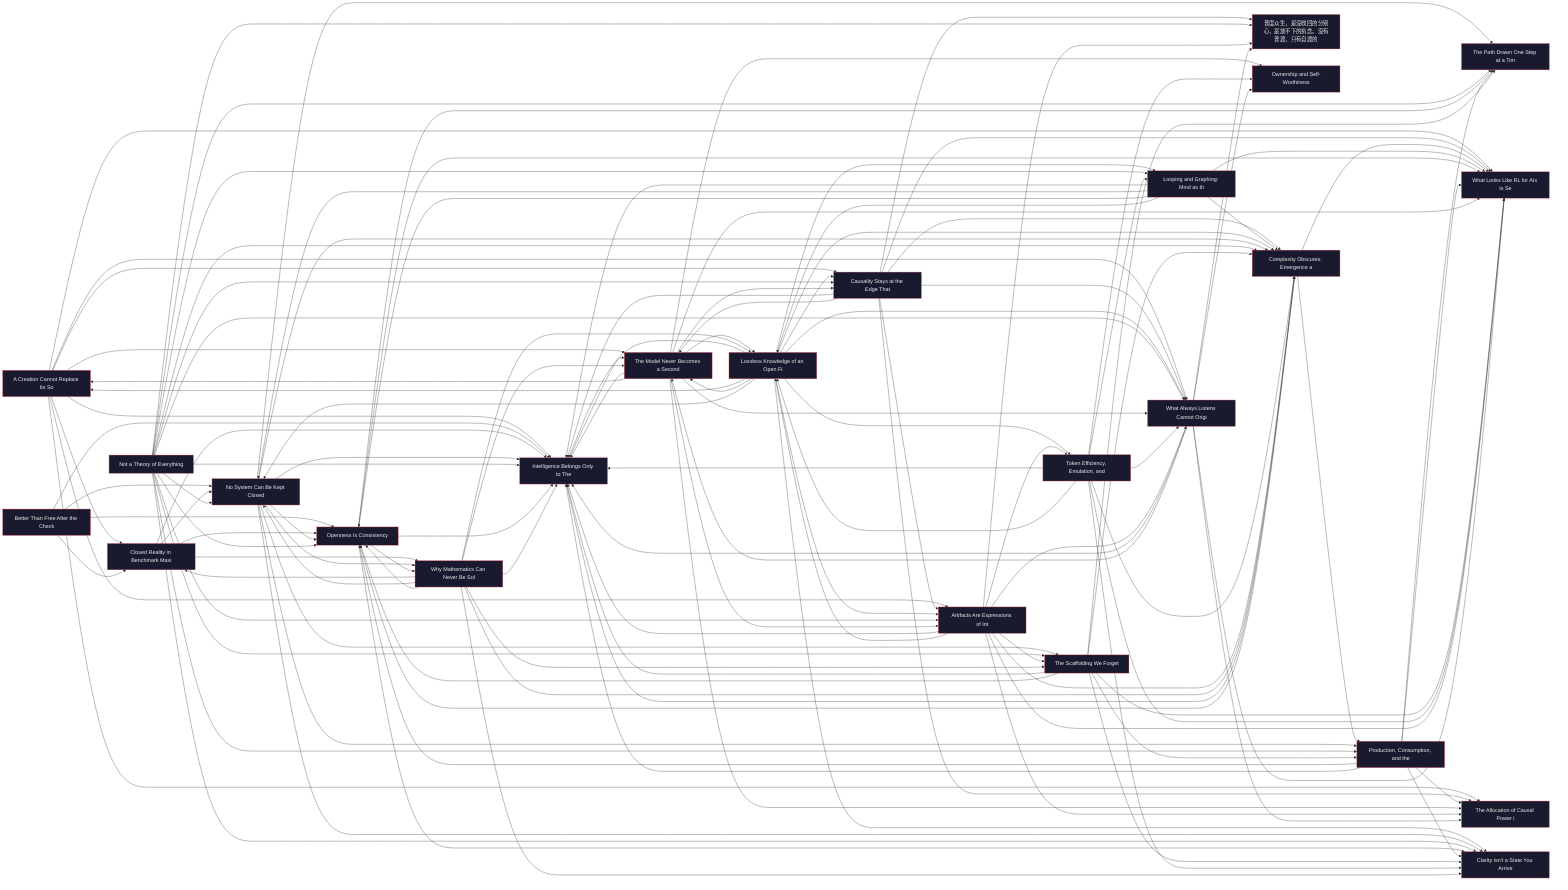
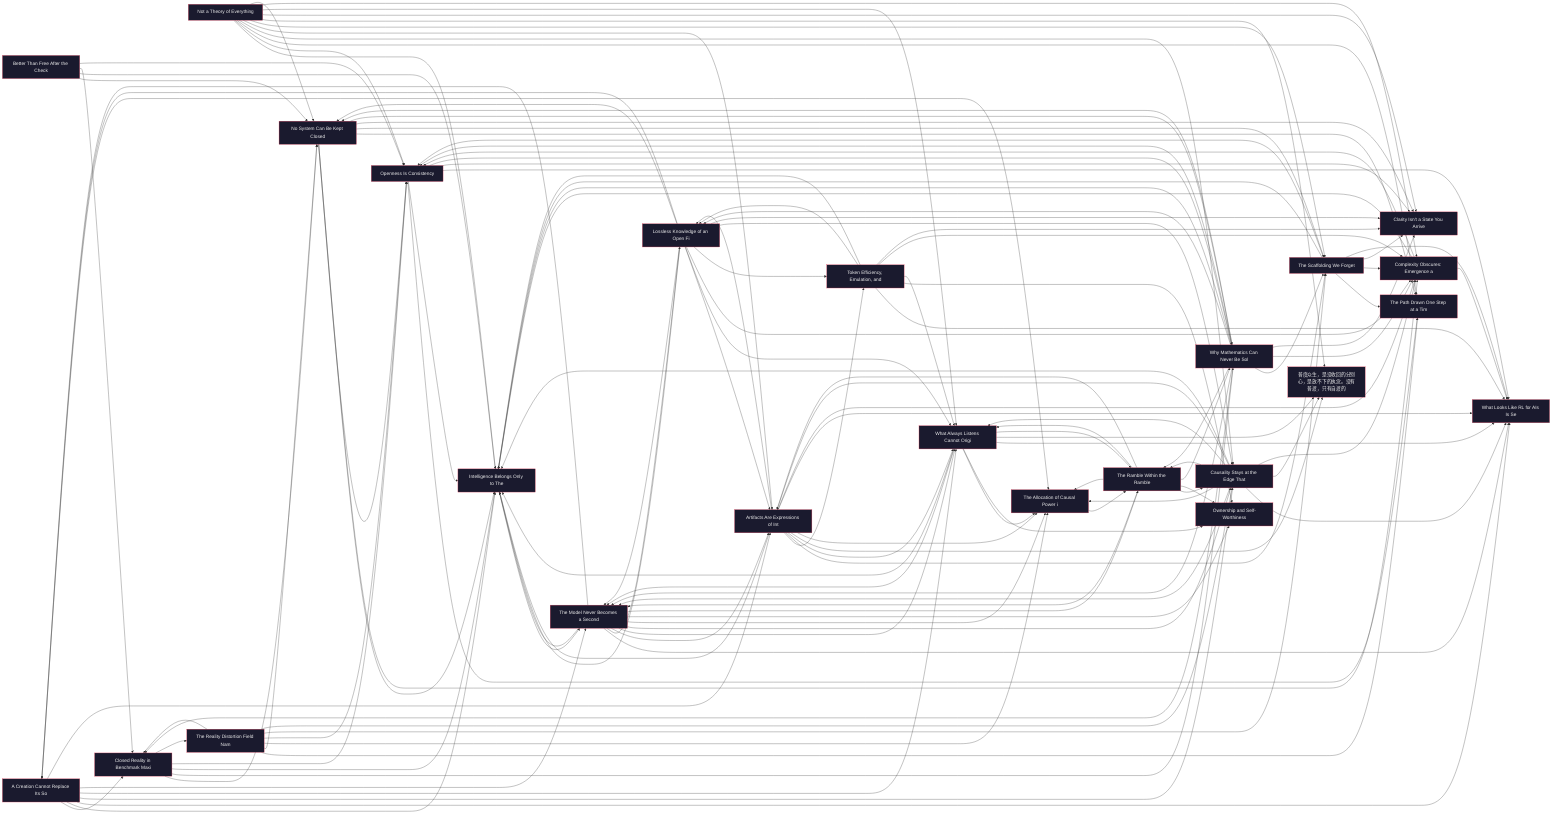
%% Disposable posts lattice — regenerate; do not edit
%% Source of truth: relative cross-links in content/posts/*.md
flowchart LR
  classDef post fill:#1a1a2e,color:#eee,stroke:#e94560
  a_creation_cannot_replace_its_source["A Creation Cannot Replace Its So"]
  class a_creation_cannot_replace_its_source post
  better_than_free_after_the_checklist_closes["Better Than Free After the Check"]
  class better_than_free_after_the_checklist_closes post
  causality_stays_at_the_edge_that_steers["Causality Stays at the Edge That"]
  class causality_stays_at_the_edge_that_steers post
  clarity_isnt_a_state_you_arrive_at["Clarity Isn't a State You Arrive"]
  class clarity_isnt_a_state_you_arrive_at post
  closed_reality_in_benchmark_maxing["Closed Reality in Benchmark Maxi"]
  class closed_reality_in_benchmark_maxing post
  complexity_obscures_emergence_as_the_act_of_mind["Complexity Obscures: Emergence a"]
  class complexity_obscures_emergence_as_the_act_of_mind post
  intelligence_belongs_only_to_the_mind["Intelligence Belongs Only to The"]
  class intelligence_belongs_only_to_the_mind post
-   looping_and_graphing["Looping and Graphing: Mind as th"]
-   class looping_and_graphing post
  lossless_knowledge_of_an_open_field_is_incoherent["Lossless Knowledge of an Open Fi"]
  class lossless_knowledge_of_an_open_field_is_incoherent post
  mei_you_pu_du_zhi_you_zi_du["普度众生，是没收回的分别心，是放不下的执念。没有普渡，只有自渡的"]
  class mei_you_pu_du_zhi_you_zi_du post
  no_system_can_be_kept_closed["No System Can Be Kept Closed"]
  class no_system_can_be_kept_closed post
  not_a_theory_of_everything["Not a Theory of Everything"]
  class not_a_theory_of_everything post
  openness_is_consistency["Openness Is Consistency"]
  class openness_is_consistency post
  ownership_and_self_worthiness["Ownership and Self-Worthiness"]
  class ownership_and_self_worthiness post
-   production_consumption_and_the_minds_distinction["Production, Consumption, and the"]
-   class production_consumption_and_the_minds_distinction post
  self_rl_for_humans["What Looks Like RL for AIs Is Se"]
  class self_rl_for_humans post
  the_allocation_of_causal_power_in_validation["The Allocation of Causal Power i"]
  class the_allocation_of_causal_power_in_validation post
  the_model_never_becomes_a_second_edge["The Model Never Becomes a Second"]
  class the_model_never_becomes_a_second_edge post
  the_path_drawn_one_step_at_a_time["The Path Drawn One Step at a Tim"]
  class the_path_drawn_one_step_at_a_time post
+   the_ramble_within_the_ramble["The Ramble Within the Ramble"]
+   class the_ramble_within_the_ramble post
+   the_reality_distortion_field_names_the_closed_map["The Reality Distortion Field Nam"]
+   class the_reality_distortion_field_names_the_closed_map post
  the_scaffolding_we_forget["The Scaffolding We Forget"]
  class the_scaffolding_we_forget post
  token_efficiency_emulation_and_the_unclosable_gap["Token Efficiency, Emulation, and"]
  class token_efficiency_emulation_and_the_unclosable_gap post
  two_failures_of_trace["Artifacts Are Expressions of Int"]
  class two_failures_of_trace post
  what_always_listens_cannot_originate["What Always Listens Cannot Origi"]
  class what_always_listens_cannot_originate post
  why_mathematics_can_never_be_solved["Why Mathematics Can Never Be Sol"]
  class why_mathematics_can_never_be_solved post
  a_creation_cannot_replace_its_source --> closed_reality_in_benchmark_maxing
  a_creation_cannot_replace_its_source --> intelligence_belongs_only_to_the_mind
  a_creation_cannot_replace_its_source --> self_rl_for_humans
  a_creation_cannot_replace_its_source --> causality_stays_at_the_edge_that_steers
  a_creation_cannot_replace_its_source --> what_always_listens_cannot_originate
  a_creation_cannot_replace_its_source --> the_model_never_becomes_a_second_edge
  a_creation_cannot_replace_its_source --> two_failures_of_trace
  a_creation_cannot_replace_its_source --> the_allocation_of_causal_power_in_validation
  better_than_free_after_the_checklist_closes --> no_system_can_be_kept_closed
  better_than_free_after_the_checklist_closes --> intelligence_belongs_only_to_the_mind
  better_than_free_after_the_checklist_closes --> closed_reality_in_benchmark_maxing
  better_than_free_after_the_checklist_closes --> openness_is_consistency
  causality_stays_at_the_edge_that_steers --> what_always_listens_cannot_originate
  causality_stays_at_the_edge_that_steers --> intelligence_belongs_only_to_the_mind
  causality_stays_at_the_edge_that_steers --> self_rl_for_humans
  causality_stays_at_the_edge_that_steers --> two_failures_of_trace
  causality_stays_at_the_edge_that_steers --> mei_you_pu_du_zhi_you_zi_du
  causality_stays_at_the_edge_that_steers --> the_allocation_of_causal_power_in_validation
  causality_stays_at_the_edge_that_steers --> the_model_never_becomes_a_second_edge
  causality_stays_at_the_edge_that_steers --> complexity_obscures_emergence_as_the_act_of_mind
+   causality_stays_at_the_edge_that_steers --> the_ramble_within_the_ramble
  closed_reality_in_benchmark_maxing --> no_system_can_be_kept_closed
  closed_reality_in_benchmark_maxing --> why_mathematics_can_never_be_solved
  closed_reality_in_benchmark_maxing --> intelligence_belongs_only_to_the_mind
  closed_reality_in_benchmark_maxing --> openness_is_consistency
+   closed_reality_in_benchmark_maxing --> the_reality_distortion_field_names_the_closed_map
  complexity_obscures_emergence_as_the_act_of_mind --> intelligence_belongs_only_to_the_mind
  complexity_obscures_emergence_as_the_act_of_mind --> openness_is_consistency
-   complexity_obscures_emergence_as_the_act_of_mind --> production_consumption_and_the_minds_distinction
  complexity_obscures_emergence_as_the_act_of_mind --> self_rl_for_humans
  intelligence_belongs_only_to_the_mind --> the_model_never_becomes_a_second_edge
-   looping_and_graphing --> self_rl_for_humans
-   looping_and_graphing --> intelligence_belongs_only_to_the_mind
-   looping_and_graphing --> complexity_obscures_emergence_as_the_act_of_mind
-   looping_and_graphing --> no_system_can_be_kept_closed
-   looping_and_graphing --> openness_is_consistency
-   looping_and_graphing --> lossless_knowledge_of_an_open_field_is_incoherent
  lossless_knowledge_of_an_open_field_is_incoherent --> intelligence_belongs_only_to_the_mind
  lossless_knowledge_of_an_open_field_is_incoherent --> two_failures_of_trace
  lossless_knowledge_of_an_open_field_is_incoherent --> a_creation_cannot_replace_its_source
  lossless_knowledge_of_an_open_field_is_incoherent --> the_model_never_becomes_a_second_edge
  lossless_knowledge_of_an_open_field_is_incoherent --> what_always_listens_cannot_originate
-   lossless_knowledge_of_an_open_field_is_incoherent --> looping_and_graphing
  lossless_knowledge_of_an_open_field_is_incoherent --> no_system_can_be_kept_closed
  lossless_knowledge_of_an_open_field_is_incoherent --> complexity_obscures_emergence_as_the_act_of_mind
  lossless_knowledge_of_an_open_field_is_incoherent --> token_efficiency_emulation_and_the_unclosable_gap
  lossless_knowledge_of_an_open_field_is_incoherent --> causality_stays_at_the_edge_that_steers
  lossless_knowledge_of_an_open_field_is_incoherent --> clarity_isnt_a_state_you_arrive_at
  no_system_can_be_kept_closed --> openness_is_consistency
  no_system_can_be_kept_closed --> intelligence_belongs_only_to_the_mind
-   no_system_can_be_kept_closed --> production_consumption_and_the_minds_distinction
  no_system_can_be_kept_closed --> complexity_obscures_emergence_as_the_act_of_mind
  no_system_can_be_kept_closed --> the_path_drawn_one_step_at_a_time
  no_system_can_be_kept_closed --> the_scaffolding_we_forget
  no_system_can_be_kept_closed --> clarity_isnt_a_state_you_arrive_at
  no_system_can_be_kept_closed --> why_mathematics_can_never_be_solved
  not_a_theory_of_everything --> intelligence_belongs_only_to_the_mind
  not_a_theory_of_everything --> openness_is_consistency
  not_a_theory_of_everything --> the_path_drawn_one_step_at_a_time
  not_a_theory_of_everything --> causality_stays_at_the_edge_that_steers
  not_a_theory_of_everything --> two_failures_of_trace
  not_a_theory_of_everything --> the_scaffolding_we_forget
-   not_a_theory_of_everything --> looping_and_graphing
-   not_a_theory_of_everything --> production_consumption_and_the_minds_distinction
  not_a_theory_of_everything --> mei_you_pu_du_zhi_you_zi_du
  not_a_theory_of_everything --> clarity_isnt_a_state_you_arrive_at
  not_a_theory_of_everything --> what_always_listens_cannot_originate
  not_a_theory_of_everything --> complexity_obscures_emergence_as_the_act_of_mind
  not_a_theory_of_everything --> no_system_can_be_kept_closed
  openness_is_consistency --> the_path_drawn_one_step_at_a_time
  openness_is_consistency --> intelligence_belongs_only_to_the_mind
  openness_is_consistency --> self_rl_for_humans
  openness_is_consistency --> clarity_isnt_a_state_you_arrive_at
  openness_is_consistency --> why_mathematics_can_never_be_solved
-   production_consumption_and_the_minds_distinction --> openness_is_consistency
-   production_consumption_and_the_minds_distinction --> intelligence_belongs_only_to_the_mind
-   production_consumption_and_the_minds_distinction --> the_path_drawn_one_step_at_a_time
-   production_consumption_and_the_minds_distinction --> the_allocation_of_causal_power_in_validation
-   production_consumption_and_the_minds_distinction --> self_rl_for_humans
-   production_consumption_and_the_minds_distinction --> clarity_isnt_a_state_you_arrive_at
+   the_allocation_of_causal_power_in_validation --> the_ramble_within_the_ramble
  the_model_never_becomes_a_second_edge --> intelligence_belongs_only_to_the_mind
  the_model_never_becomes_a_second_edge --> self_rl_for_humans
  the_model_never_becomes_a_second_edge --> lossless_knowledge_of_an_open_field_is_incoherent
  the_model_never_becomes_a_second_edge --> two_failures_of_trace
  the_model_never_becomes_a_second_edge --> what_always_listens_cannot_originate
  the_model_never_becomes_a_second_edge --> causality_stays_at_the_edge_that_steers
  the_model_never_becomes_a_second_edge --> the_allocation_of_causal_power_in_validation
  the_model_never_becomes_a_second_edge --> a_creation_cannot_replace_its_source
  the_model_never_becomes_a_second_edge --> ownership_and_self_worthiness
+   the_model_never_becomes_a_second_edge --> the_ramble_within_the_ramble
+   the_ramble_within_the_ramble --> the_model_never_becomes_a_second_edge
+   the_ramble_within_the_ramble --> what_always_listens_cannot_originate
+   the_ramble_within_the_ramble --> causality_stays_at_the_edge_that_steers
+   the_ramble_within_the_ramble --> the_allocation_of_causal_power_in_validation
+   the_ramble_within_the_ramble --> ownership_and_self_worthiness
+   the_ramble_within_the_ramble --> two_failures_of_trace
+   the_ramble_within_the_ramble --> why_mathematics_can_never_be_solved
+   the_reality_distortion_field_names_the_closed_map --> the_path_drawn_one_step_at_a_time
+   the_reality_distortion_field_names_the_closed_map --> no_system_can_be_kept_closed
+   the_reality_distortion_field_names_the_closed_map --> closed_reality_in_benchmark_maxing
+   the_reality_distortion_field_names_the_closed_map --> the_allocation_of_causal_power_in_validation
+   the_reality_distortion_field_names_the_closed_map --> openness_is_consistency
+   the_reality_distortion_field_names_the_closed_map --> the_scaffolding_we_forget
+   the_reality_distortion_field_names_the_closed_map --> causality_stays_at_the_edge_that_steers
  the_scaffolding_we_forget --> intelligence_belongs_only_to_the_mind
  the_scaffolding_we_forget --> the_path_drawn_one_step_at_a_time
  the_scaffolding_we_forget --> openness_is_consistency
-   the_scaffolding_we_forget --> production_consumption_and_the_minds_distinction
  the_scaffolding_we_forget --> complexity_obscures_emergence_as_the_act_of_mind
  the_scaffolding_we_forget --> clarity_isnt_a_state_you_arrive_at
  the_scaffolding_we_forget --> self_rl_for_humans
  token_efficiency_emulation_and_the_unclosable_gap --> self_rl_for_humans
  token_efficiency_emulation_and_the_unclosable_gap --> ownership_and_self_worthiness
  token_efficiency_emulation_and_the_unclosable_gap --> what_always_listens_cannot_originate
  token_efficiency_emulation_and_the_unclosable_gap --> complexity_obscures_emergence_as_the_act_of_mind
  token_efficiency_emulation_and_the_unclosable_gap --> intelligence_belongs_only_to_the_mind
-   token_efficiency_emulation_and_the_unclosable_gap --> looping_and_graphing
  token_efficiency_emulation_and_the_unclosable_gap --> clarity_isnt_a_state_you_arrive_at
  token_efficiency_emulation_and_the_unclosable_gap --> lossless_knowledge_of_an_open_field_is_incoherent
  two_failures_of_trace --> intelligence_belongs_only_to_the_mind
  two_failures_of_trace --> token_efficiency_emulation_and_the_unclosable_gap
  two_failures_of_trace --> the_scaffolding_we_forget
  two_failures_of_trace --> what_always_listens_cannot_originate
  two_failures_of_trace --> mei_you_pu_du_zhi_you_zi_du
  two_failures_of_trace --> the_allocation_of_causal_power_in_validation
  two_failures_of_trace --> self_rl_for_humans
  two_failures_of_trace --> complexity_obscures_emergence_as_the_act_of_mind
  two_failures_of_trace --> lossless_knowledge_of_an_open_field_is_incoherent
  what_always_listens_cannot_originate --> intelligence_belongs_only_to_the_mind
  what_always_listens_cannot_originate --> the_allocation_of_causal_power_in_validation
  what_always_listens_cannot_originate --> ownership_and_self_worthiness
  what_always_listens_cannot_originate --> self_rl_for_humans
  what_always_listens_cannot_originate --> mei_you_pu_du_zhi_you_zi_du
  what_always_listens_cannot_originate --> the_model_never_becomes_a_second_edge
+   what_always_listens_cannot_originate --> the_ramble_within_the_ramble
  why_mathematics_can_never_be_solved --> closed_reality_in_benchmark_maxing
  why_mathematics_can_never_be_solved --> no_system_can_be_kept_closed
  why_mathematics_can_never_be_solved --> lossless_knowledge_of_an_open_field_is_incoherent
  why_mathematics_can_never_be_solved --> openness_is_consistency
  why_mathematics_can_never_be_solved --> intelligence_belongs_only_to_the_mind
  why_mathematics_can_never_be_solved --> the_model_never_becomes_a_second_edge
  why_mathematics_can_never_be_solved --> the_scaffolding_we_forget
  why_mathematics_can_never_be_solved --> complexity_obscures_emergence_as_the_act_of_mind
  why_mathematics_can_never_be_solved --> clarity_isnt_a_state_you_arrive_at
+   why_mathematics_can_never_be_solved --> the_ramble_within_the_ramble
